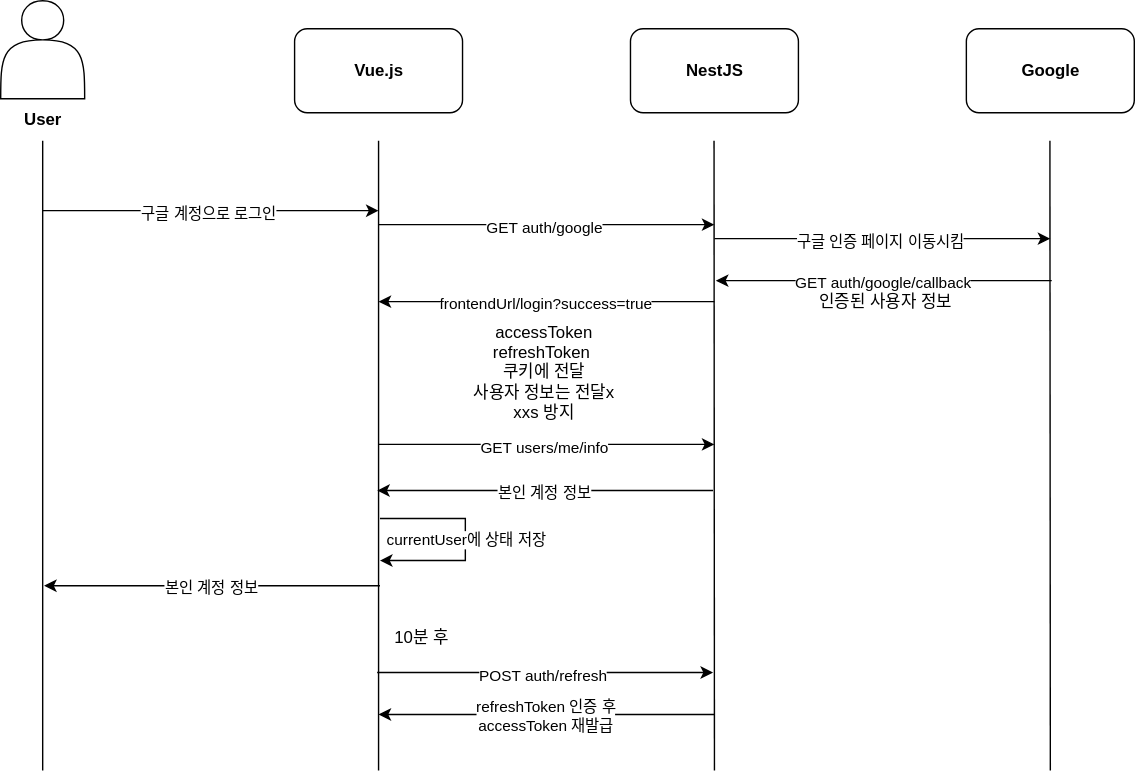
Before: logic/login_logic.drawio.svg, a diagram exported from draw.io (DOforTU/tulog). Source tidied: cells renumbered, new cells last; positions are measured from the earlier drawing's top-left corner, leaving out a move shared by most shapes.
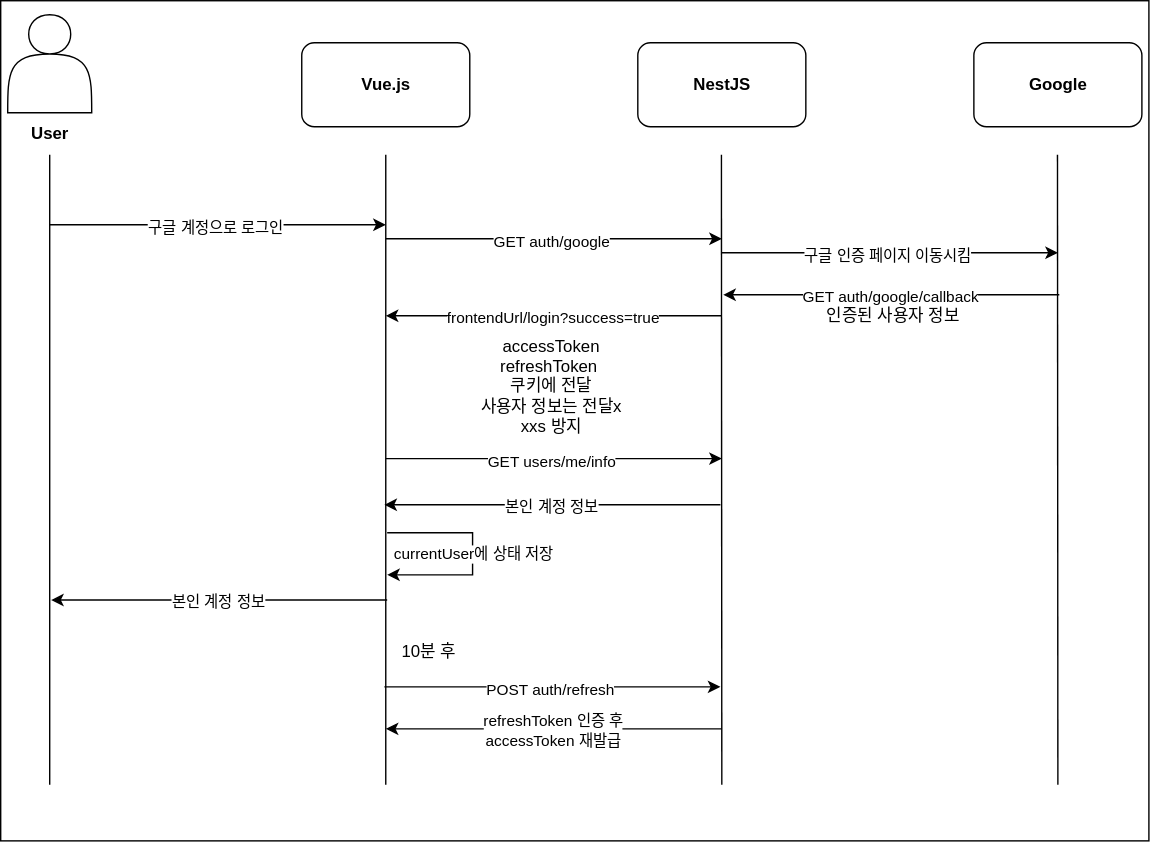
Above is the later version.

The edit, as a diff of the source:
```diff
@@ -2,6 +2,9 @@
   <root>
     <mxCell id="0" />
     <mxCell id="1" parent="0" />
+    <mxCell id="36" style="rounded=0;whiteSpace=wrap;html=1;" parent="1" vertex="1">
+      <mxGeometry x="-5" y="-10" width="820" height="600" as="geometry" />
+    </mxCell>
     <mxCell id="2" style="shape=actor;whiteSpace=wrap;html=1;" parent="1" vertex="1">
       <mxGeometry width="60" height="70" as="geometry" />
     </mxCell>
```
